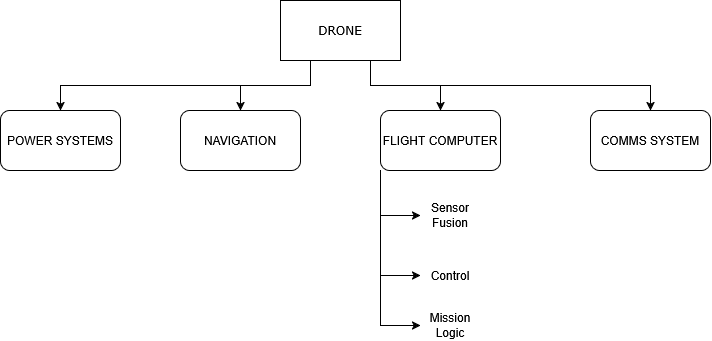
Above: Drone.drawio.png in usenyilmaz/slave-labor (draw.io), before the change. Source tidied: cells renumbered, new cells last; positions are measured from the earlier drawing's top-left corner, leaving out a move shared by most shapes.
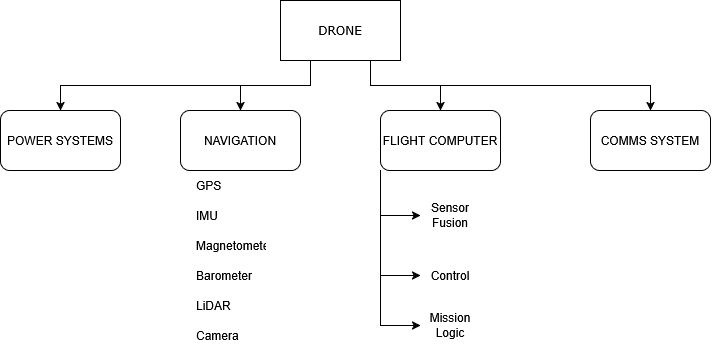
After the change.

Diff of the diagram source:
```diff
@@ -59,5 +59,23 @@
     <mxCell id="16" value="&lt;div&gt;Mission Logic&lt;/div&gt;" style="text;html=1;whiteSpace=wrap;strokeColor=none;fillColor=none;align=center;verticalAlign=middle;rounded=0;" parent="1" vertex="1">
       <mxGeometry x="420" y="310" width="60" height="30" as="geometry" />
     </mxCell>
+    <mxCell id="17" value="&lt;div&gt;GPS&lt;/div&gt;" style="text;strokeColor=none;fillColor=none;align=left;verticalAlign=middle;spacingLeft=4;spacingRight=4;overflow=hidden;whiteSpace=wrap;html=1;" parent="1" vertex="1">
+      <mxGeometry x="190" y="170" width="80" height="30" as="geometry" />
+    </mxCell>
+    <mxCell id="18" value="&lt;div&gt;IMU&lt;/div&gt;" style="text;strokeColor=none;fillColor=none;align=left;verticalAlign=middle;spacingLeft=4;spacingRight=4;overflow=hidden;whiteSpace=wrap;html=1;" parent="1" vertex="1">
+      <mxGeometry x="190" y="200" width="80" height="30" as="geometry" />
+    </mxCell>
+    <mxCell id="19" value="Magnetometer" style="text;strokeColor=none;fillColor=none;align=left;verticalAlign=middle;spacingLeft=4;spacingRight=4;overflow=hidden;whiteSpace=wrap;html=1;" parent="1" vertex="1">
+      <mxGeometry x="190" y="230" width="80" height="30" as="geometry" />
+    </mxCell>
+    <mxCell id="20" value="Barometer" style="text;strokeColor=none;fillColor=none;align=left;verticalAlign=middle;spacingLeft=4;spacingRight=4;overflow=hidden;whiteSpace=wrap;html=1;" parent="1" vertex="1">
+      <mxGeometry x="190" y="260" width="80" height="30" as="geometry" />
+    </mxCell>
+    <mxCell id="21" value="&lt;div&gt;LiDAR&lt;/div&gt;" style="text;strokeColor=none;fillColor=none;align=left;verticalAlign=middle;spacingLeft=4;spacingRight=4;overflow=hidden;whiteSpace=wrap;html=1;" parent="1" vertex="1">
+      <mxGeometry x="190" y="290" width="80" height="30" as="geometry" />
+    </mxCell>
+    <mxCell id="22" value="Camera" style="text;strokeColor=none;fillColor=none;align=left;verticalAlign=middle;spacingLeft=4;spacingRight=4;overflow=hidden;whiteSpace=wrap;html=1;" parent="1" vertex="1">
+      <mxGeometry x="190" y="320" width="80" height="30" as="geometry" />
+    </mxCell>
   </root>
 </mxGraphModel>
```
